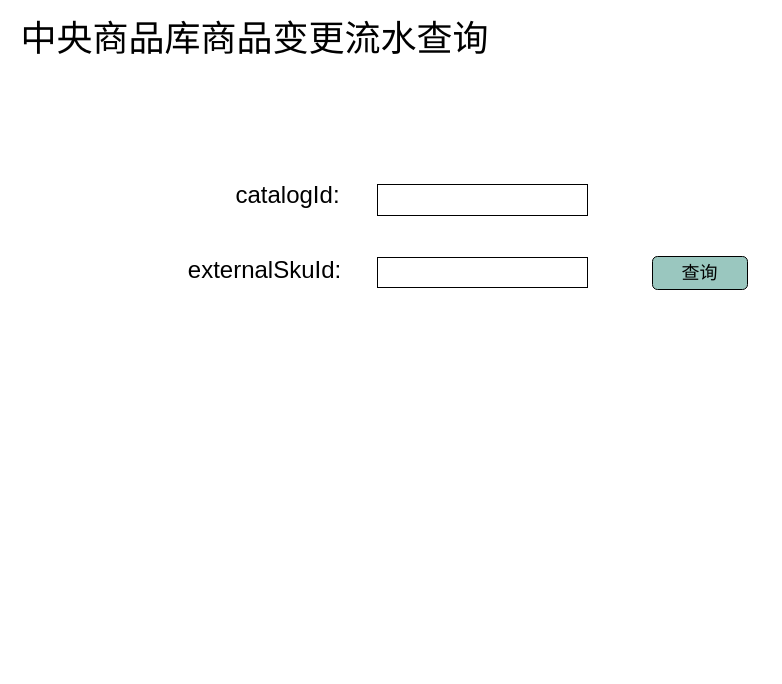
Earlier version of the draw.io diagram gland.drawio (weizheng1990s/Diagram). Source tidied: cells renumbered, new cells numbered last; positions are measured from the earlier drawing's top-left corner, leaving out a move shared by most shapes. Both pictures are drawn from the tidied source at 100%, with x=0, y=0 at pixel (17, 25).
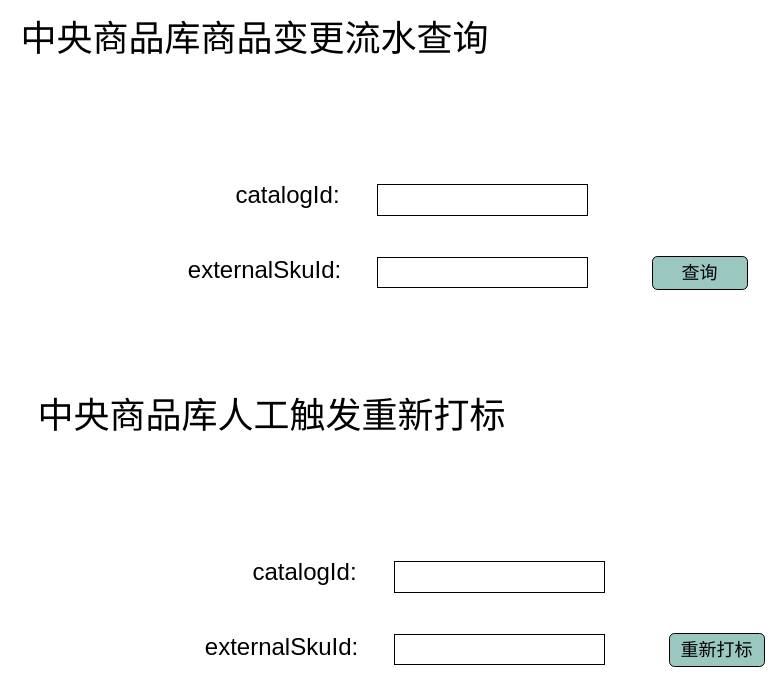
The same diagram, later.

Change to the diagram source:
```diff
@@
 <mxGraphModel>
   <root>
     <mxCell id="0" />
     <mxCell id="1" parent="0" />
     <mxCell id="2" style="rounded=0;whiteSpace=wrap;html=1;" parent="1" vertex="1">
       <mxGeometry x="360" y="159" width="210" height="31" as="geometry" />
     </mxCell>
     <mxCell id="3" style="rounded=0;whiteSpace=wrap;html=1;" parent="1" vertex="1">
       <mxGeometry x="360" y="232" width="210" height="30" as="geometry" />
     </mxCell>
     <mxCell id="4" value="&lt;font style=&quot;font-size: 24px&quot;&gt;catalogId:&lt;/font&gt;" style="text;html=1;align=center;verticalAlign=middle;fillColor=none;strokeColor=none;rounded=0;" parent="1" vertex="1">
       <mxGeometry x="212" y="159" width="115" height="22" as="geometry" />
     </mxCell>
     <mxCell id="5" value="&lt;font style=&quot;font-size: 24px&quot;&gt;externalSkuId:&lt;/font&gt;" style="text;html=1;align=center;verticalAlign=middle;fillColor=none;strokeColor=none;rounded=0;" parent="1" vertex="1">
       <mxGeometry x="164" y="234" width="166" height="22" as="geometry" />
     </mxCell>
     <mxCell id="6" value="&lt;font style=&quot;font-size: 18px&quot;&gt;查询&lt;/font&gt;" style="rounded=1;whiteSpace=wrap;html=1;fillColor=#9AC7BF;" parent="1" vertex="1">
       <mxGeometry x="635" y="231" width="95" height="33" as="geometry" />
     </mxCell>
     <mxCell id="7" value="&lt;font style=&quot;font-size: 36px&quot;&gt;中央商品库商品变更流水查询&lt;/font&gt;" style="text;html=1;align=center;verticalAlign=middle;fillColor=none;strokeColor=none;rounded=0;" parent="1" vertex="1">
       <mxGeometry width="473" height="26" as="geometry" />
     </mxCell>
+    <mxCell id="8" style="rounded=0;whiteSpace=wrap;html=1;" parent="1" vertex="1">
+      <mxGeometry x="377" y="536" width="210" height="31" as="geometry" />
+    </mxCell>
+    <mxCell id="9" style="rounded=0;whiteSpace=wrap;html=1;" parent="1" vertex="1">
+      <mxGeometry x="377" y="609" width="210" height="30" as="geometry" />
+    </mxCell>
+    <mxCell id="10" value="&lt;font style=&quot;font-size: 24px&quot;&gt;catalogId:&lt;/font&gt;" style="text;html=1;align=center;verticalAlign=middle;fillColor=none;strokeColor=none;rounded=0;" parent="1" vertex="1">
+      <mxGeometry x="229" y="536" width="115" height="22" as="geometry" />
+    </mxCell>
+    <mxCell id="11" value="&lt;font style=&quot;font-size: 24px&quot;&gt;externalSkuId:&lt;/font&gt;" style="text;html=1;align=center;verticalAlign=middle;fillColor=none;strokeColor=none;rounded=0;" parent="1" vertex="1">
+      <mxGeometry x="181" y="611" width="166" height="22" as="geometry" />
+    </mxCell>
+    <mxCell id="12" value="&lt;font size=&quot;4&quot;&gt;重新打标&lt;/font&gt;" style="rounded=1;whiteSpace=wrap;html=1;fillColor=#9AC7BF;" parent="1" vertex="1">
+      <mxGeometry x="652" y="608" width="95" height="33" as="geometry" />
+    </mxCell>
+    <mxCell id="13" value="&lt;font style=&quot;font-size: 36px&quot;&gt;中央商品库人工触发重新打标&lt;/font&gt;" style="text;html=1;align=center;verticalAlign=middle;fillColor=none;strokeColor=none;rounded=0;" parent="1" vertex="1">
+      <mxGeometry x="17" y="377" width="473" height="26" as="geometry" />
+    </mxCell>
   </root>
 </mxGraphModel>
```
